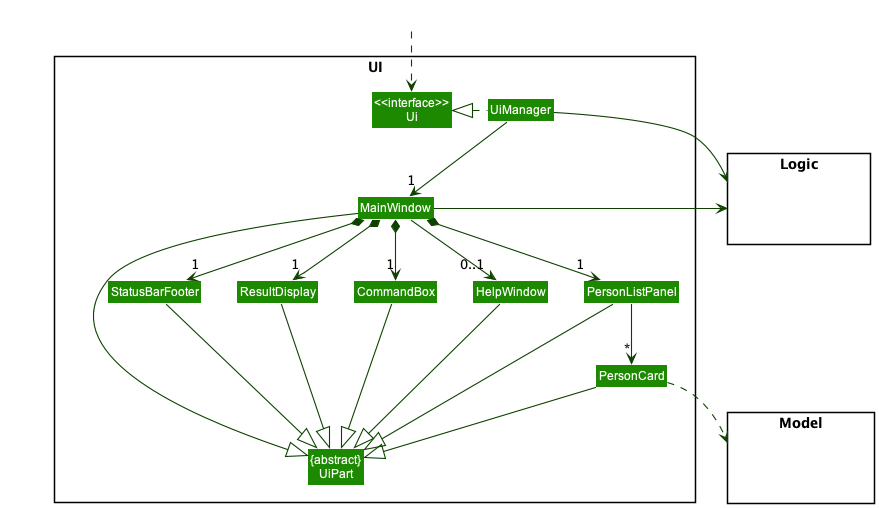
This is docs/images/UiClassDiagram.png from nus-cs2103-AY2223S1/tp, a PlantUML export, as it was before one commit. The source it was exported from:
```plantuml
@startuml
!include style.puml
skinparam arrowThickness 1.1
skinparam arrowColor UI_COLOR_T4
skinparam classBackgroundColor UI_COLOR

package UI <<Rectangle>>{
Class "<<interface>>\nUi" as Ui
Class "{abstract}\nUiPart" as UiPart
Class UiManager
Class MainWindow
Class HelpWindow
Class ResultDisplay
Class PersonListPanel
Class PersonCard
Class StatusBarFooter
Class CommandBox
}

package Model <<Rectangle>> {
Class HiddenModel #FFFFFF
}

package Logic <<Rectangle>> {
Class HiddenLogic #FFFFFF
}

Class HiddenOutside #FFFFFF
HiddenOutside ..> Ui

UiManager .left.|> Ui
UiManager -down-> "1" MainWindow
MainWindow *-down->  "1" CommandBox
MainWindow *-down-> "1" ResultDisplay
MainWindow *-down-> "1" PersonListPanel
MainWindow *-down-> "1" StatusBarFooter
MainWindow --> "0..1" HelpWindow

PersonListPanel -down-> "*" PersonCard

MainWindow -left-|> UiPart

ResultDisplay --|> UiPart
CommandBox --|> UiPart
PersonListPanel --|> UiPart
PersonCard --|> UiPart
StatusBarFooter --|> UiPart
HelpWindow --|> UiPart

PersonCard ..> Model
UiManager -right-> Logic
MainWindow -left-> Logic

PersonListPanel -[hidden]left- HelpWindow
HelpWindow -[hidden]left- CommandBox
CommandBox -[hidden]left- ResultDisplay
ResultDisplay -[hidden]left- StatusBarFooter

MainWindow -[hidden]-|> UiPart
@enduml
```
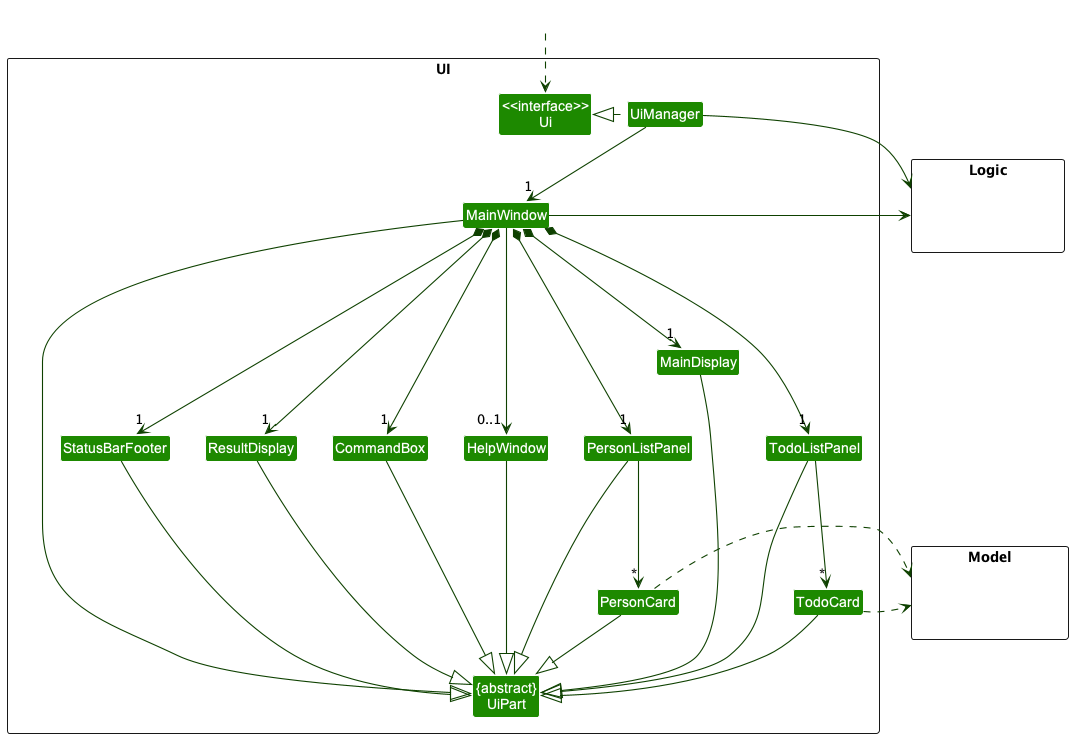
Later version of the same file.

Diff of the diagram source:
```diff
@@ -15,6 +15,9 @@
 Class PersonCard
 Class StatusBarFooter
 Class CommandBox
+Class MainDisplay
+Class TodoListPanel
+Class TodoCard
 }
 
 package Model <<Rectangle>> {
@@ -30,24 +33,32 @@
 
 UiManager .left.|> Ui
 UiManager -down-> "1" MainWindow
-MainWindow *-down->  "1" CommandBox
+MainWindow *-down-> "1" CommandBox
 MainWindow *-down-> "1" ResultDisplay
+MainWindow *-down-> "1" MainDisplay
 MainWindow *-down-> "1" PersonListPanel
 MainWindow *-down-> "1" StatusBarFooter
+MainWindow *-down---> "1" TodoListPanel
 MainWindow --> "0..1" HelpWindow
 
-PersonListPanel -down-> "*" PersonCard
+PersonListPanel -down--> "*" PersonCard
+
+TodoListPanel -down--> "*" TodoCard
 
 MainWindow -left-|> UiPart
 
 ResultDisplay --|> UiPart
 CommandBox --|> UiPart
+MainDisplay --|> UiPart
 PersonListPanel --|> UiPart
 PersonCard --|> UiPart
 StatusBarFooter --|> UiPart
 HelpWindow --|> UiPart
+TodoListPanel --|> UiPart
+TodoCard --|> UiPart
 
-PersonCard ..> Model
+PersonCard .right.> Model
+TodoCard .right.> Model
 UiManager -right-> Logic
 MainWindow -left-> Logic
 
```
